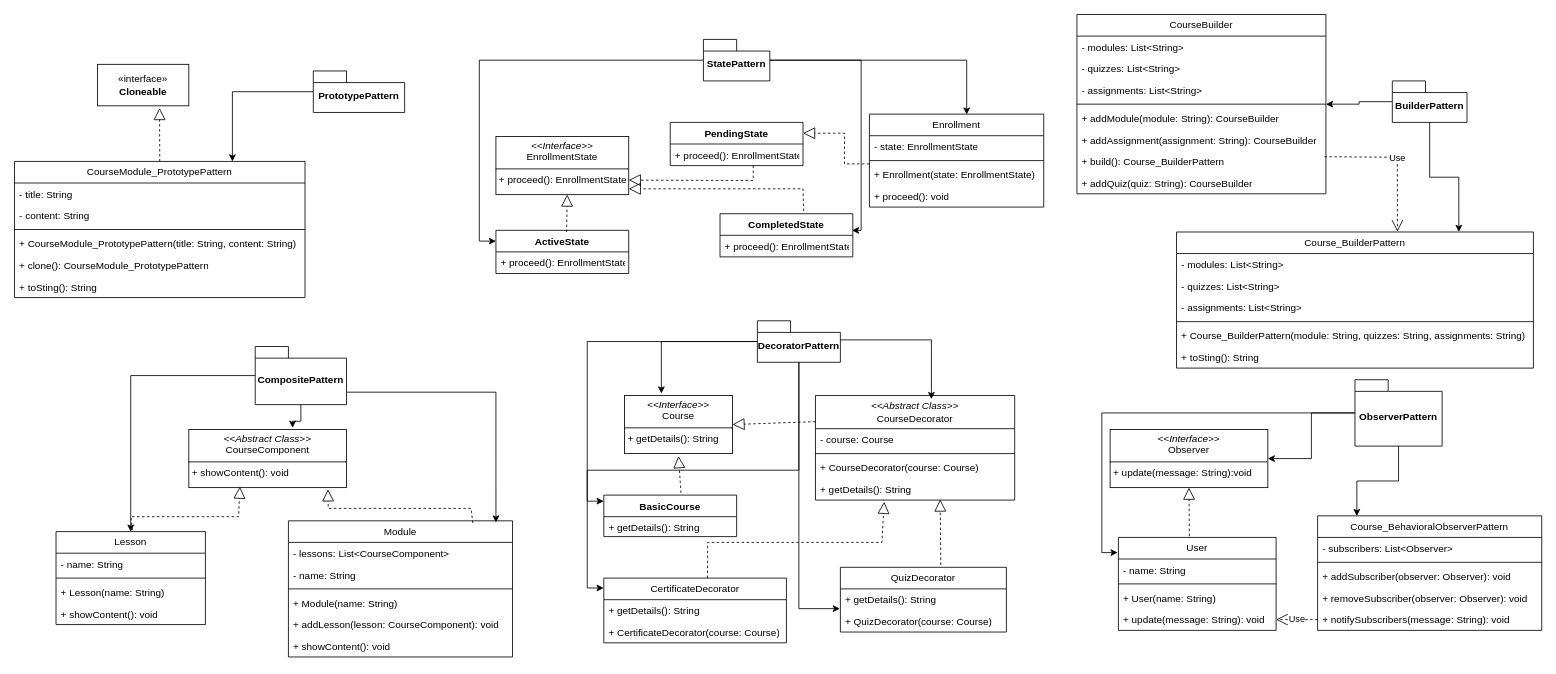
The draw.io diagram src/Диаграмма без названия.drawio in AkBePEEK/SoftwareDesignPatterns_Project, before the edit. Source tidied: cells renumbered, new cells numbered last; positions are measured from the earlier drawing's top-left corner, leaving out a move shared by most shapes. Both pictures are drawn from the tidied source at 83%, with x=0, y=0 at pixel (14, 14).
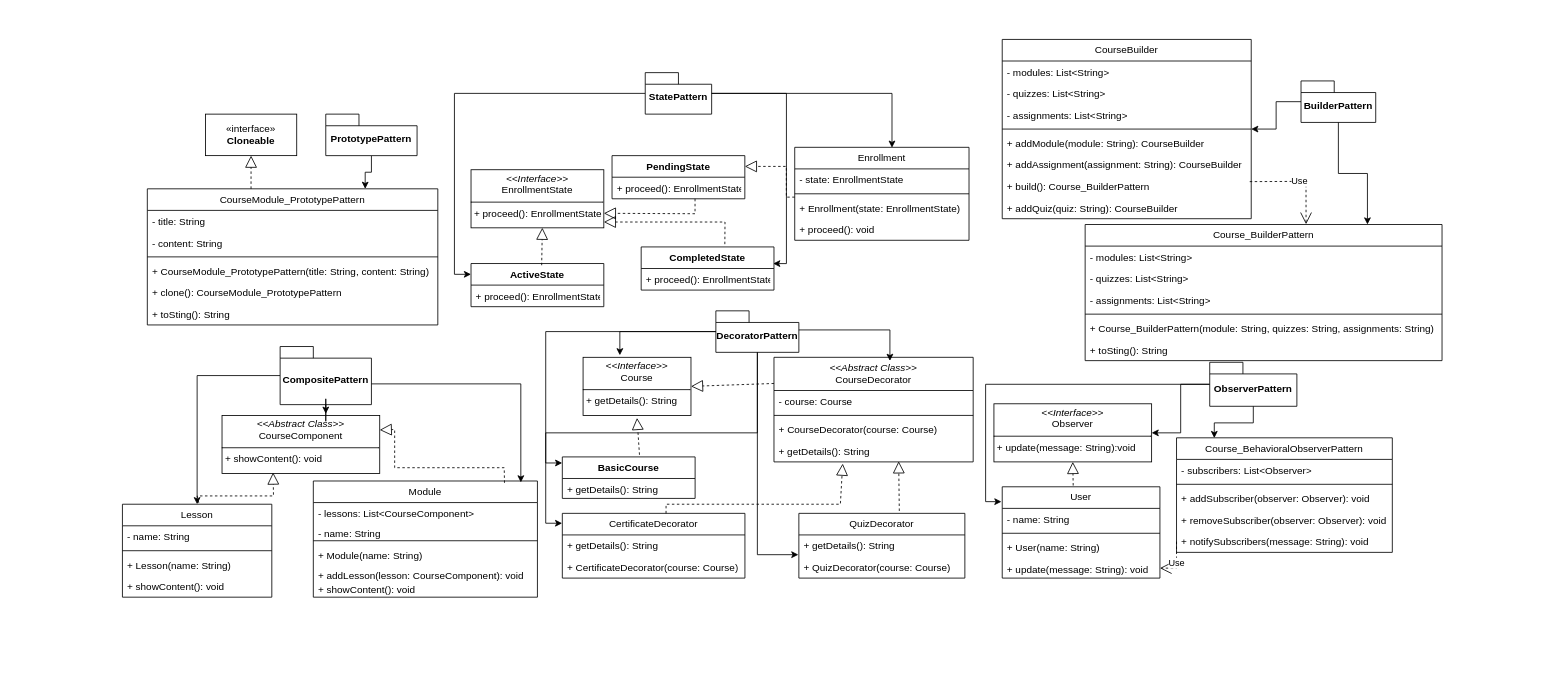
Above is the later version.

The change refers to these unchanged cells:
```xml
<mxCell id="18" value="+ build():&amp;nbsp;&lt;span style=&quot;text-align: center;&quot;&gt;Course_BuilderPattern&lt;/span&gt;" style="text;strokeColor=none;fillColor=none;align=left;verticalAlign=top;spacingLeft=4;spacingRight=4;overflow=hidden;points=[[0,0.5],[1,0.5]];portConstraint=eastwest;whiteSpace=wrap;html=1;" parent="11" vertex="1">
  <mxGeometry y="164" width="300" height="26" as="geometry" />
</mxCell>
<mxCell id="48" value="+&amp;nbsp;getDetails(): String" style="text;strokeColor=none;fillColor=none;align=left;verticalAlign=top;spacingLeft=4;spacingRight=4;overflow=hidden;points=[[0,0.5],[1,0.5]];portConstraint=eastwest;whiteSpace=wrap;html=1;" parent="44" vertex="1">
  <mxGeometry y="100" width="240" height="26" as="geometry" />
</mxCell>
<mxCell id="62" value="+&amp;nbsp;proceed():&amp;nbsp;EnrollmentState" style="text;strokeColor=none;fillColor=none;align=left;verticalAlign=top;spacingLeft=4;spacingRight=4;overflow=hidden;points=[[0,0.5],[1,0.5]];portConstraint=eastwest;whiteSpace=wrap;html=1;" parent="61" vertex="1">
  <mxGeometry y="26" width="160" height="26" as="geometry" />
</mxCell>
<mxCell id="73" value="+&amp;nbsp;&lt;span style=&quot;text-align: center;&quot;&gt;Enrollment&lt;/span&gt;(state: EnrollmentState)" style="text;strokeColor=none;fillColor=none;align=left;verticalAlign=top;spacingLeft=4;spacingRight=4;overflow=hidden;points=[[0,0.5],[1,0.5]];portConstraint=eastwest;whiteSpace=wrap;html=1;" parent="70" vertex="1">
  <mxGeometry y="60" width="210" height="26" as="geometry" />
</mxCell>
```

The edit, as a diff of the source:
```diff
@@
     <mxCell id="2" value="CourseModule_PrototypePattern" style="swimlane;fontStyle=0;horizontal=1;startSize=26;fillColor=none;whiteSpace=wrap;html=1;" parent="1" vertex="1">
-      <mxGeometry y="177" width="350" height="164" as="geometry" />
+      <mxGeometry x="160" y="210" width="350" height="164" as="geometry" />
     </mxCell>
@@
     <mxCell id="9" value="«interface»&lt;br&gt;&lt;b&gt;Cloneable&lt;/b&gt;" style="html=1;whiteSpace=wrap;" parent="1" vertex="1">
-      <mxGeometry x="100" y="60" width="110" height="50" as="geometry" />
+      <mxGeometry x="230" y="120" width="110" height="50" as="geometry" />
     </mxCell>
-    <mxCell id="10" style="endArrow=block;dashed=1;endFill=0;endSize=12;html=1;rounded=0;entryX=0.679;entryY=1.052;entryDx=0;entryDy=0;entryPerimeter=0;exitX=0.5;exitY=0;exitDx=0;exitDy=0;" parent="1" edge="1" source="2" target="9">
-      <mxGeometry relative="1" as="geometry" />
-    </mxCell>
     <mxCell id="11" value="CourseBuilder" style="swimlane;fontStyle=0;horizontal=1;startSize=26;fillColor=none;whiteSpace=wrap;html=1;" parent="1" vertex="1">
-      <mxGeometry x="1280" width="300" height="216" as="geometry" />
+      <mxGeometry x="1190" y="30" width="300" height="216" as="geometry" />
     </mxCell>
@@
     <mxCell id="20" value="Course_BuilderPattern" style="swimlane;fontStyle=0;horizontal=1;startSize=26;fillColor=none;whiteSpace=wrap;html=1;" parent="1" vertex="1">
-      <mxGeometry x="1400" y="262" width="430" height="164" as="geometry" />
+      <mxGeometry x="1289.9" y="253" width="430" height="164" as="geometry" />
     </mxCell>
@@
     <mxCell id="27" value="Use" style="endArrow=open;endSize=12;dashed=1;html=1;rounded=0;exitX=0.994;exitY=0.282;exitDx=0;exitDy=0;exitPerimeter=0;entryX=0.619;entryY=-0.002;entryDx=0;entryDy=0;entryPerimeter=0;" parent="1" edge="1" source="18" target="20">
       <mxGeometry relative="1" as="geometry">
         <Array as="points">
-          <mxPoint x="1666" y="172" />
+          <mxPoint x="1556" y="201" />
         </Array>
       </mxGeometry>
     </mxCell>
     <mxCell id="28" value="&lt;p style=&quot;margin:0px;margin-top:4px;text-align:center;&quot;&gt;&lt;i&gt;&amp;lt;&amp;lt;Abstract Class&amp;gt;&amp;gt;&lt;/i&gt;&lt;br&gt;CourseComponent&lt;/p&gt;&lt;hr size=&quot;1&quot; style=&quot;border-style:solid;&quot;&gt;&lt;p style=&quot;margin:0px;margin-left:4px;&quot;&gt;+&amp;nbsp;showContent(): void&lt;/p&gt;" style="verticalAlign=top;align=left;overflow=fill;html=1;whiteSpace=wrap;" parent="1" vertex="1">
-      <mxGeometry x="210" y="500" width="190" height="70" as="geometry" />
+      <mxGeometry x="250" y="483" width="190" height="70" as="geometry" />
     </mxCell>
     <mxCell id="29" value="Lesson" style="swimlane;fontStyle=0;horizontal=1;startSize=26;fillColor=none;whiteSpace=wrap;html=1;" parent="1" vertex="1">
-      <mxGeometry x="50" y="623" width="180" height="112" as="geometry" />
+      <mxGeometry x="130" y="590" width="180" height="112" as="geometry" />
     </mxCell>
@@
     <mxCell id="34" style="endArrow=block;dashed=1;endFill=0;endSize=12;html=1;rounded=0;exitX=0.511;exitY=-0.015;exitDx=0;exitDy=0;exitPerimeter=0;entryX=0.324;entryY=0.983;entryDx=0;entryDy=0;entryPerimeter=0;" parent="1" edge="1" source="29" target="28">
       <mxGeometry relative="1" as="geometry">
         <Array as="points">
-          <mxPoint x="140" y="605" />
-          <mxPoint x="270" y="605" />
+          <mxPoint x="220" y="580" />
+          <mxPoint x="312" y="580" />
         </Array>
       </mxGeometry>
     </mxCell>
     <mxCell id="35" value="Module" style="swimlane;fontStyle=0;horizontal=1;startSize=26;fillColor=none;whiteSpace=wrap;html=1;" parent="1" vertex="1">
-      <mxGeometry x="330" y="610" width="270" height="164" as="geometry" />
+      <mxGeometry x="360" y="562" width="270" height="140" as="geometry" />
     </mxCell>
     <mxCell id="36" value="- lessons: List&amp;lt;CourseComponent&amp;gt;" style="text;strokeColor=none;fillColor=none;align=left;verticalAlign=top;spacingLeft=4;spacingRight=4;overflow=hidden;whiteSpace=wrap;html=1;" parent="35" vertex="1">
-      <mxGeometry y="26" width="270" height="26" as="geometry" />
+      <mxGeometry y="26" width="270" height="24" as="geometry" />
     </mxCell>
     <mxCell id="37" value="- name: String" style="text;strokeColor=none;fillColor=none;align=left;verticalAlign=top;spacingLeft=4;spacingRight=4;overflow=hidden;whiteSpace=wrap;html=1;" parent="35" vertex="1">
-      <mxGeometry y="52" width="270" height="26" as="geometry" />
+      <mxGeometry y="50" width="270" height="18" as="geometry" />
     </mxCell>
     <mxCell id="38" style="line;strokeWidth=1;fillColor=none;align=left;verticalAlign=middle;spacingTop=-1;spacingLeft=3;spacingRight=3;labelPosition=right;strokeColor=inherit;" parent="35" vertex="1">
-      <mxGeometry y="78" width="270" height="8" as="geometry" />
+      <mxGeometry y="68" width="270" height="8" as="geometry" />
     </mxCell>
     <mxCell id="39" value="+ Module(name: String)" style="text;strokeColor=none;fillColor=none;align=left;verticalAlign=top;spacingLeft=4;spacingRight=4;overflow=hidden;whiteSpace=wrap;html=1;" parent="35" vertex="1">
-      <mxGeometry y="86" width="270" height="26" as="geometry" />
+      <mxGeometry y="76" width="270" height="24" as="geometry" />
     </mxCell>
     <mxCell id="40" value="+ addLesson(lesson: CourseComponent): void" style="text;strokeColor=none;fillColor=none;align=left;verticalAlign=top;spacingLeft=4;spacingRight=4;overflow=hidden;whiteSpace=wrap;html=1;" parent="35" vertex="1">
-      <mxGeometry y="112" width="270" height="26" as="geometry" />
+      <mxGeometry y="100" width="270" height="18" as="geometry" />
     </mxCell>
     <mxCell id="41" value="+&amp;nbsp;showContent(): void" style="text;strokeColor=none;fillColor=none;align=left;verticalAlign=top;spacingLeft=4;spacingRight=4;overflow=hidden;whiteSpace=wrap;html=1;" parent="35" vertex="1">
-      <mxGeometry y="138" width="270" height="26" as="geometry" />
+      <mxGeometry y="118" width="270" height="22" as="geometry" />
     </mxCell>
-    <mxCell id="42" style="endArrow=block;dashed=1;endFill=0;endSize=12;html=1;rounded=0;entryX=0.882;entryY=1.029;entryDx=0;entryDy=0;entryPerimeter=0;exitX=0.823;exitY=0.016;exitDx=0;exitDy=0;exitPerimeter=0;" parent="1" edge="1" source="35" target="28">
+    <mxCell id="42" style="endArrow=block;dashed=1;endFill=0;endSize=12;html=1;rounded=0;entryX=1;entryY=0.25;entryDx=0;entryDy=0;exitX=0.853;exitY=0.016;exitDx=0;exitDy=0;exitPerimeter=0;" parent="1" edge="1" source="35" target="28">
       <mxGeometry relative="1" as="geometry">
         <Array as="points">
-          <mxPoint x="550" y="595" />
-          <mxPoint x="378" y="595" />
+          <mxPoint x="590" y="546" />
+          <mxPoint x="458" y="546" />
+          <mxPoint x="458" y="500" />
         </Array>
       </mxGeometry>
     </mxCell>
     <mxCell id="43" value="&lt;p style=&quot;margin:0px;margin-top:4px;text-align:center;&quot;&gt;&lt;i&gt;&amp;lt;&amp;lt;Interface&amp;gt;&amp;gt;&lt;/i&gt;&lt;br&gt;Course&lt;/p&gt;&lt;hr size=&quot;1&quot; style=&quot;border-style:solid;&quot;&gt;&lt;p style=&quot;margin:0px;margin-left:4px;&quot;&gt;+&amp;nbsp;getDetails(): String&lt;/p&gt;" style="verticalAlign=top;align=left;overflow=fill;html=1;whiteSpace=wrap;" parent="1" vertex="1">
-      <mxGeometry x="735" y="459" width="130" height="70" as="geometry" />
+      <mxGeometry x="685" y="413" width="130" height="70" as="geometry" />
     </mxCell>
     <mxCell id="44" value="&lt;div&gt;&lt;i&gt;&amp;lt;&amp;lt;Abstract Class&amp;gt;&amp;gt;&lt;/i&gt;&lt;br&gt;&lt;/div&gt;CourseDecorator" style="swimlane;fontStyle=0;horizontal=1;startSize=40;fillColor=none;whiteSpace=wrap;html=1;" parent="1" vertex="1">
-      <mxGeometry x="965" y="459" width="240" height="126" as="geometry" />
+      <mxGeometry x="915" y="413" width="240" height="126" as="geometry" />
     </mxCell>
@@
     <mxCell id="49" value="BasicCourse" style="swimlane;fontStyle=1;align=center;verticalAlign=top;horizontal=1;startSize=26;whiteSpace=wrap;html=1;" parent="1" vertex="1">
-      <mxGeometry x="710" y="579" width="160" height="50" as="geometry" />
+      <mxGeometry x="660" y="533" width="160" height="50" as="geometry" />
     </mxCell>
@@
     <mxCell id="51" style="endArrow=block;dashed=1;endFill=0;endSize=12;html=1;rounded=0;exitX=0.581;exitY=-0.051;exitDx=0;exitDy=0;exitPerimeter=0;" parent="1" edge="1" source="49">
       <mxGeometry relative="1" as="geometry">
-        <mxPoint x="800" y="532" as="targetPoint" />
+        <mxPoint x="750" y="486" as="targetPoint" />
       </mxGeometry>
     </mxCell>
@@
     <mxCell id="53" value="CertificateDecorator" style="swimlane;fontStyle=0;horizontal=1;startSize=26;fillColor=none;whiteSpace=wrap;html=1;" parent="1" vertex="1">
-      <mxGeometry x="710" y="679" width="220" height="78" as="geometry" />
+      <mxGeometry x="660" y="601" width="220" height="78" as="geometry" />
     </mxCell>
@@
     <mxCell id="56" value="QuizDecorator" style="swimlane;fontStyle=0;horizontal=1;startSize=26;fillColor=none;whiteSpace=wrap;html=1;" parent="1" vertex="1">
-      <mxGeometry x="995" y="666" width="200" height="78" as="geometry" />
+      <mxGeometry x="945" y="601" width="200" height="78" as="geometry" />
     </mxCell>
@@
     <mxCell id="59" style="endArrow=block;dashed=1;endFill=0;endSize=12;html=1;rounded=0;exitX=0.568;exitY=0;exitDx=0;exitDy=0;exitPerimeter=0;entryX=0.345;entryY=1.08;entryDx=0;entryDy=0;entryPerimeter=0;" parent="1" edge="1" source="53" target="48">
       <mxGeometry relative="1" as="geometry">
         <Array as="points">
-          <mxPoint x="835" y="636" />
-          <mxPoint x="1045" y="636" />
+          <mxPoint x="785" y="590" />
+          <mxPoint x="995" y="590" />
         </Array>
       </mxGeometry>
     </mxCell>
     <mxCell id="60" value="&lt;p style=&quot;margin:0px;margin-top:4px;text-align:center;&quot;&gt;&lt;i&gt;&amp;lt;&amp;lt;Interface&amp;gt;&amp;gt;&lt;/i&gt;&lt;br&gt;EnrollmentState&lt;/p&gt;&lt;hr size=&quot;1&quot; style=&quot;border-style:solid;&quot;&gt;&lt;p style=&quot;margin:0px;margin-left:4px;&quot;&gt;+&amp;nbsp;proceed():&amp;nbsp;EnrollmentState&lt;/p&gt;" style="verticalAlign=top;align=left;overflow=fill;html=1;whiteSpace=wrap;" parent="1" vertex="1">
-      <mxGeometry x="580" y="147" width="160" height="70" as="geometry" />
+      <mxGeometry x="550" y="187" width="160" height="70" as="geometry" />
     </mxCell>
     <mxCell id="61" value="PendingState" style="swimlane;fontStyle=1;align=center;verticalAlign=top;horizontal=1;startSize=26;whiteSpace=wrap;html=1;" parent="1" vertex="1">
-      <mxGeometry x="790" y="130" width="160" height="52" as="geometry" />
+      <mxGeometry x="719.9" y="170" width="160" height="52" as="geometry" />
     </mxCell>
@@
     <mxCell id="63" value="CompletedState" style="swimlane;fontStyle=1;align=center;verticalAlign=top;horizontal=1;startSize=26;whiteSpace=wrap;html=1;" parent="1" vertex="1">
-      <mxGeometry x="850" y="240" width="160" height="52" as="geometry" />
+      <mxGeometry x="755" y="280" width="160" height="52" as="geometry" />
     </mxCell>
@@
     <mxCell id="65" value="ActiveState" style="swimlane;fontStyle=1;align=center;verticalAlign=top;horizontal=1;startSize=26;whiteSpace=wrap;html=1;" parent="1" vertex="1">
-      <mxGeometry x="580" y="260" width="160" height="52" as="geometry" />
+      <mxGeometry x="550" y="300" width="160" height="52" as="geometry" />
     </mxCell>
@@
     <mxCell id="68" style="endArrow=block;dashed=1;endFill=0;endSize=12;html=1;rounded=0;entryX=1;entryY=0.9;entryDx=0;entryDy=0;entryPerimeter=0;exitX=0.63;exitY=-0.064;exitDx=0;exitDy=0;exitPerimeter=0;" parent="1" edge="1" source="63" target="60">
       <mxGeometry relative="1" as="geometry">
         <Array as="points">
-          <mxPoint x="950" y="210" />
+          <mxPoint x="856" y="250" />
         </Array>
       </mxGeometry>
     </mxCell>
     <mxCell id="69" style="endArrow=block;dashed=1;endFill=0;endSize=12;html=1;rounded=0;entryX=1;entryY=0.75;entryDx=0;entryDy=0;exitX=0.625;exitY=1.003;exitDx=0;exitDy=0;exitPerimeter=0;" parent="1" edge="1" source="62" target="60">
       <mxGeometry relative="1" as="geometry">
         <Array as="points">
-          <mxPoint x="890" y="200" />
+          <mxPoint x="819.9" y="240" />
         </Array>
       </mxGeometry>
     </mxCell>
     <mxCell id="70" value="Enrollment" style="swimlane;fontStyle=0;horizontal=1;startSize=26;fillColor=none;whiteSpace=wrap;html=1;" parent="1" vertex="1">
-      <mxGeometry x="1030" y="120" width="210" height="112" as="geometry" />
+      <mxGeometry x="940" y="160" width="210" height="112" as="geometry" />
     </mxCell>
@@
     <mxCell id="75" style="endArrow=block;dashed=1;endFill=0;endSize=12;html=1;rounded=0;entryX=1;entryY=0.25;entryDx=0;entryDy=0;exitX=0;exitY=0;exitDx=0;exitDy=0;exitPerimeter=0;" parent="1" edge="1" source="73" target="61">
       <mxGeometry relative="1" as="geometry">
         <Array as="points">
-          <mxPoint x="1000" y="180" />
-          <mxPoint x="1000" y="143" />
+          <mxPoint x="929.9" y="220" />
+          <mxPoint x="929.9" y="183" />
         </Array>
       </mxGeometry>
     </mxCell>
     <mxCell id="76" value="User" style="swimlane;fontStyle=0;horizontal=1;startSize=26;fillColor=none;whiteSpace=wrap;html=1;" parent="1" vertex="1">
-      <mxGeometry x="1330" y="630" width="190" height="112" as="geometry" />
+      <mxGeometry x="1190" y="569" width="190" height="110" as="geometry" />
     </mxCell>
@@
     <mxCell id="80" value="+ update(message: String): void" style="text;strokeColor=none;fillColor=none;align=left;verticalAlign=top;spacingLeft=4;spacingRight=4;overflow=hidden;points=[[0,0.5],[1,0.5]];portConstraint=eastwest;whiteSpace=wrap;html=1;" parent="76" vertex="1">
-      <mxGeometry y="86" width="190" height="26" as="geometry" />
+      <mxGeometry y="86" width="190" height="24" as="geometry" />
     </mxCell>
     <mxCell id="81" value="Course_BehavioralObserverPattern" style="swimlane;fontStyle=0;horizontal=1;startSize=26;fillColor=none;whiteSpace=wrap;html=1;" parent="1" vertex="1">
-      <mxGeometry x="1570" y="604" width="270" height="138" as="geometry" />
+      <mxGeometry x="1400" y="510" width="260" height="138" as="geometry" />
     </mxCell>
     <mxCell id="82" value="- subscribers: List&amp;lt;Observer&amp;gt;" style="text;strokeColor=none;fillColor=none;align=left;verticalAlign=top;spacingLeft=4;spacingRight=4;overflow=hidden;whiteSpace=wrap;html=1;" parent="81" vertex="1">
-      <mxGeometry y="26" width="270" height="26" as="geometry" />
+      <mxGeometry y="26" width="260" height="26" as="geometry" />
     </mxCell>
     <mxCell id="83" style="line;strokeWidth=1;fillColor=none;align=left;verticalAlign=middle;spacingTop=-1;spacingLeft=3;spacingRight=3;labelPosition=right;strokeColor=inherit;" parent="81" vertex="1">
-      <mxGeometry y="52" width="270" height="8" as="geometry" />
+      <mxGeometry y="52" width="260" height="8" as="geometry" />
     </mxCell>
     <mxCell id="84" value="+ addSubscriber(observer: Observer): void" style="text;strokeColor=none;fillColor=none;align=left;verticalAlign=top;spacingLeft=4;spacingRight=4;overflow=hidden;whiteSpace=wrap;html=1;" parent="81" vertex="1">
-      <mxGeometry y="60" width="270" height="26" as="geometry" />
+      <mxGeometry y="60" width="260" height="26" as="geometry" />
     </mxCell>
     <mxCell id="85" value="+ removeSubscriber(observer: Observer): void" style="text;strokeColor=none;fillColor=none;align=left;verticalAlign=top;spacingLeft=4;spacingRight=4;overflow=hidden;whiteSpace=wrap;html=1;" parent="81" vertex="1">
-      <mxGeometry y="86" width="270" height="26" as="geometry" />
+      <mxGeometry y="86" width="260" height="26" as="geometry" />
     </mxCell>
     <mxCell id="86" value="+ notifySubscribers(message: String): void" style="text;strokeColor=none;fillColor=none;align=left;verticalAlign=top;spacingLeft=4;spacingRight=4;overflow=hidden;points=[[0,0.5],[1,0.5]];portConstraint=eastwest;whiteSpace=wrap;html=1;" parent="81" vertex="1">
-      <mxGeometry y="112" width="270" height="26" as="geometry" />
+      <mxGeometry y="112" width="260" height="26" as="geometry" />
     </mxCell>
     <mxCell id="87" value="&lt;p style=&quot;margin:0px;margin-top:4px;text-align:center;&quot;&gt;&lt;i&gt;&amp;lt;&amp;lt;Interface&amp;gt;&amp;gt;&lt;/i&gt;&lt;br&gt;Observer&lt;/p&gt;&lt;hr size=&quot;1&quot; style=&quot;border-style:solid;&quot;&gt;&lt;p style=&quot;margin:0px;margin-left:4px;&quot;&gt;+ update(message: String):void&lt;/p&gt;" style="verticalAlign=top;align=left;overflow=fill;html=1;whiteSpace=wrap;" parent="1" vertex="1">
-      <mxGeometry x="1320" y="500" width="190" height="70" as="geometry" />
+      <mxGeometry x="1180" y="469" width="190" height="70" as="geometry" />
     </mxCell>
@@
     <mxCell id="89" value="Use" style="endArrow=open;endSize=12;dashed=1;html=1;rounded=0;entryX=1;entryY=0.5;entryDx=0;entryDy=0;exitX=0;exitY=0.5;exitDx=0;exitDy=0;" parent="1" edge="1" source="86" target="80">
-      <mxGeometry relative="1" as="geometry" />
+      <mxGeometry x="-0.01" relative="1" as="geometry">
+        <Array as="points">
+          <mxPoint x="1400" y="667" />
+        </Array>
+      </mxGeometry>
     </mxCell>
@@
     <mxCell id="91" value="ObserverPattern" style="shape=folder;fontStyle=1;spacingTop=10;tabWidth=40;tabHeight=14;tabPosition=left;html=1;whiteSpace=wrap;" parent="1" vertex="1">
-      <mxGeometry x="1615" y="440" width="105" height="80" as="geometry" />
+      <mxGeometry x="1440" y="419" width="105" height="53" as="geometry" />
     </mxCell>
@@
     <mxCell id="95" value="StatePattern" style="shape=folder;fontStyle=1;spacingTop=10;tabWidth=40;tabHeight=14;tabPosition=left;html=1;whiteSpace=wrap;" parent="1" vertex="1">
-      <mxGeometry x="830" y="30" width="80" height="50" as="geometry" />
+      <mxGeometry x="759.9" y="70" width="80" height="50" as="geometry" />
     </mxCell>
@@
     <mxCell id="97" style="edgeStyle=orthogonalEdgeStyle;rounded=0;jettySize=auto;html=1;entryX=0.994;entryY=0.386;entryDx=0;entryDy=0;entryPerimeter=0;" parent="1" edge="1" source="95" target="63">
       <mxGeometry relative="1" as="geometry">
         <Array as="points">
-          <mxPoint x="1020" y="55" />
-          <mxPoint x="1020" y="260" />
+          <mxPoint x="930" y="95" />
+          <mxPoint x="930" y="300" />
         </Array>
       </mxGeometry>
     </mxCell>
@@
     <mxCell id="99" value="BuilderPattern" style="shape=folder;fontStyle=1;spacingTop=10;tabWidth=40;tabHeight=14;tabPosition=left;html=1;whiteSpace=wrap;" parent="1" vertex="1">
-      <mxGeometry x="1660" y="80" width="90" height="50" as="geometry" />
+      <mxGeometry x="1550" y="80" width="90" height="50" as="geometry" />
     </mxCell>
@@
     <mxCell id="102" value="PrototypePattern" style="shape=folder;fontStyle=1;spacingTop=10;tabWidth=40;tabHeight=14;tabPosition=left;html=1;whiteSpace=wrap;" parent="1" vertex="1">
-      <mxGeometry x="360" y="68" width="110" height="50" as="geometry" />
+      <mxGeometry x="375" y="120" width="110" height="50" as="geometry" />
     </mxCell>
     <mxCell id="103" value="DecoratorPattern" style="shape=folder;fontStyle=1;spacingTop=10;tabWidth=40;tabHeight=14;tabPosition=left;html=1;whiteSpace=wrap;" parent="1" vertex="1">
-      <mxGeometry x="895" y="369" width="100" height="50" as="geometry" />
+      <mxGeometry x="845" y="357" width="100" height="50" as="geometry" />
     </mxCell>
@@
     <mxCell id="111" value="CompositePattern" style="shape=folder;fontStyle=1;spacingTop=10;tabWidth=40;tabHeight=14;tabPosition=left;html=1;whiteSpace=wrap;" parent="1" vertex="1">
-      <mxGeometry x="290" y="400" width="110" height="70" as="geometry" />
+      <mxGeometry x="320" y="400" width="110" height="70" as="geometry" />
     </mxCell>
@@
     <mxCell id="113" style="edgeStyle=orthogonalEdgeStyle;rounded=0;jettySize=auto;html=1;entryX=0.926;entryY=0.012;entryDx=0;entryDy=0;entryPerimeter=0;" parent="1" edge="1" source="111" target="35">
       <mxGeometry relative="1" as="geometry">
         <Array as="points">
-          <mxPoint x="345" y="455" />
-          <mxPoint x="580" y="455" />
+          <mxPoint x="385" y="445" />
+          <mxPoint x="620" y="445" />
         </Array>
       </mxGeometry>
     </mxCell>
+    <mxCell id="10" style="endArrow=block;dashed=1;endFill=0;endSize=12;html=1;rounded=0;entryX=0.5;entryY=1;entryDx=0;entryDy=0;exitX=0.357;exitY=0;exitDx=0;exitDy=0;exitPerimeter=0;" parent="1" edge="1" source="2" target="9">
+      <mxGeometry relative="1" as="geometry" />
+    </mxCell>
```
